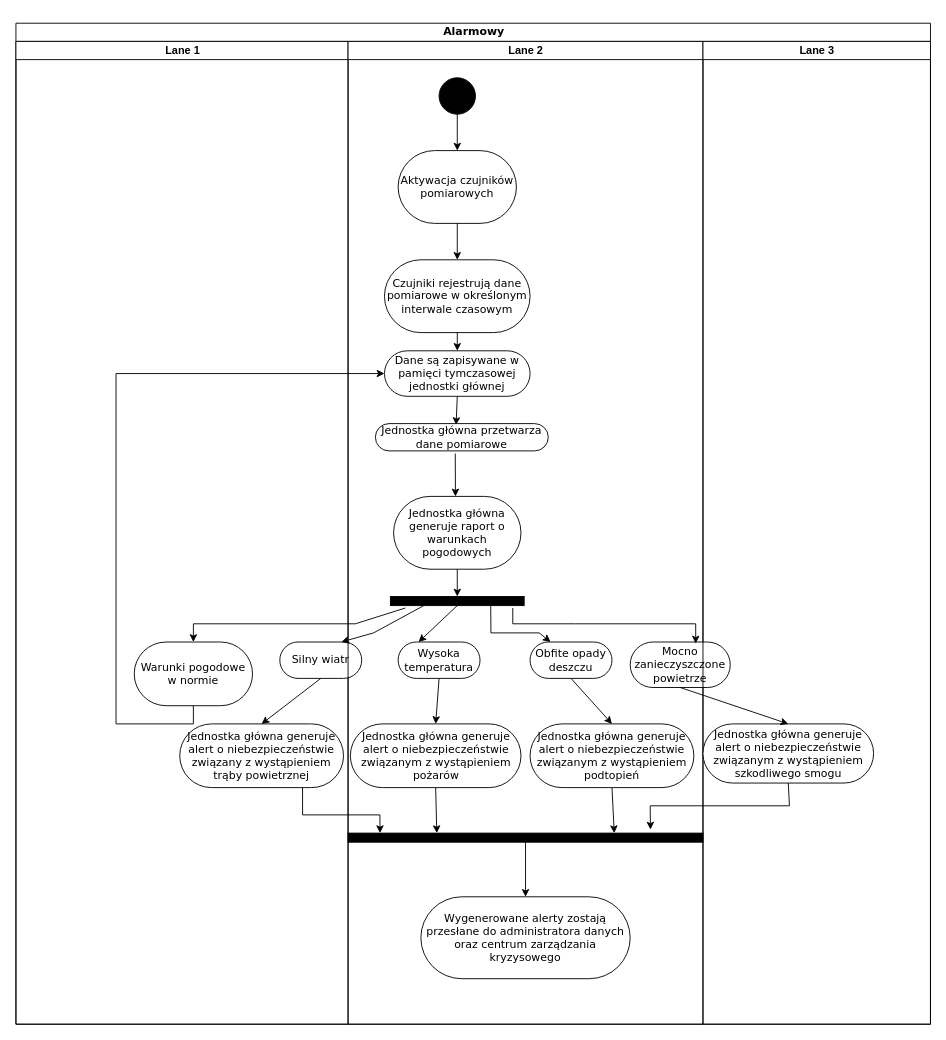
This is alarmowy.drawio from zawoj/Wbudowane, a draw.io file, before an edit. Source tidied: cells renumbered, new cells numbered last; positions are measured from the earlier drawing's top-left corner, leaving out a move shared by most shapes. Both pictures are drawn from the tidied source at 91%, with x=0, y=0 at pixel (15, 23).
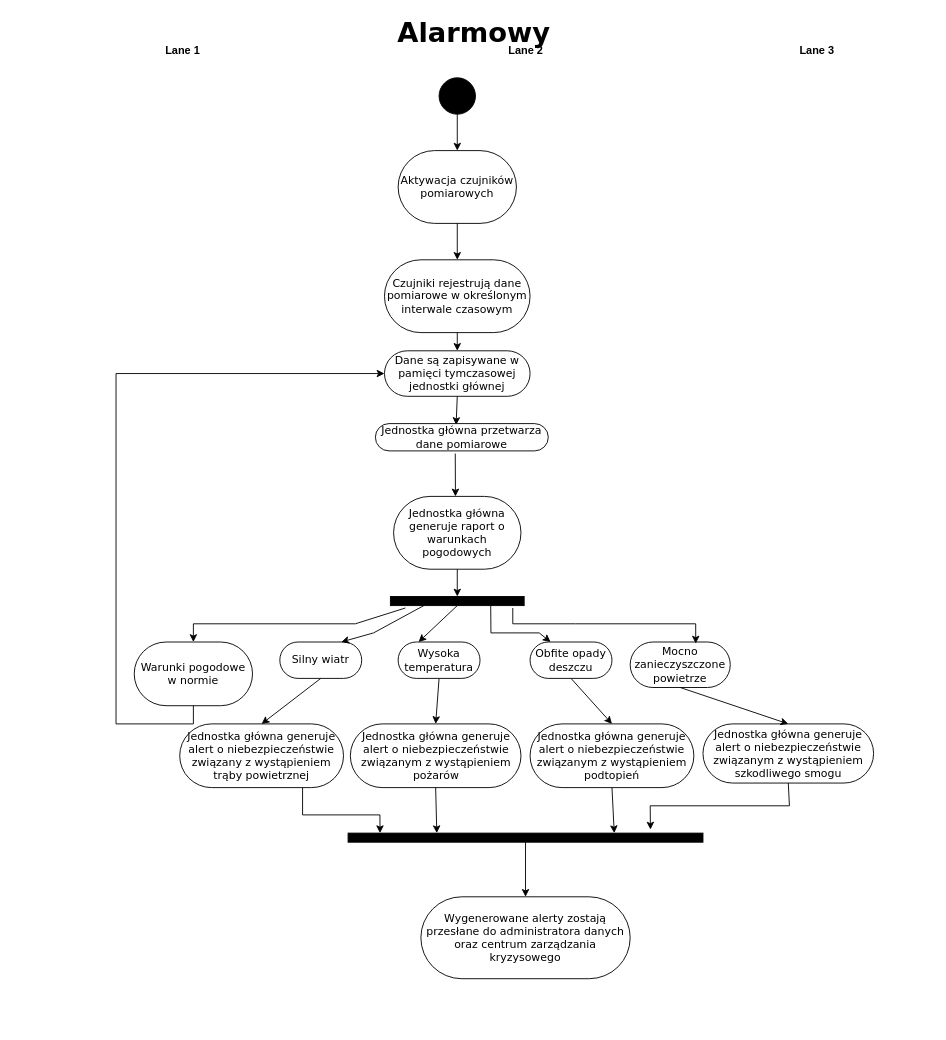
After the change.

Commit message:
better style alarmowy

The edit, as a diff of the source:
```diff
@@
-    <mxCell id="2" value="Alarmowy" style="swimlane;html=1;startSize=20;rounded=0;shadow=0;comic=0;labelBackgroundColor=none;strokeWidth=1;fontFamily=Verdana;fontSize=12;align=center;" parent="1" vertex="1">
+    <mxCell id="2" value="&lt;font style=&quot;font-size: 30px;&quot;&gt;Alarmowy&lt;/font&gt;" style="swimlane;html=1;startSize=20;rounded=0;shadow=0;comic=0;labelBackgroundColor=none;strokeWidth=1;fontFamily=Verdana;fontSize=12;align=center;fillColor=none;strokeColor=none;" parent="1" vertex="1">
       <mxGeometry width="1005" height="1100" as="geometry" />
     </mxCell>
-    <mxCell id="3" value="Lane 1" style="swimlane;html=1;startSize=20;" parent="2" vertex="1">
+    <mxCell id="3" value="Lane 1" style="swimlane;html=1;startSize=20;fillColor=none;strokeColor=none;" parent="2" vertex="1">
       <mxGeometry y="20" width="365" height="1080" as="geometry" />
     </mxCell>
@@
-    <mxCell id="8" value="Lane 2" style="swimlane;html=1;startSize=20;" parent="2" vertex="1">
+    <mxCell id="8" value="Lane 2" style="swimlane;html=1;startSize=20;fillColor=none;strokeColor=none;" parent="2" vertex="1">
       <mxGeometry x="365" y="20" width="390" height="1080" as="geometry" />
     </mxCell>
@@
-    <mxCell id="37" value="Lane 3" style="swimlane;html=1;startSize=20;" parent="2" vertex="1">
+    <mxCell id="37" value="Lane 3" style="swimlane;html=1;startSize=20;fillColor=none;strokeColor=none;" parent="2" vertex="1">
       <mxGeometry x="755" y="20" width="250" height="1080" as="geometry" />
     </mxCell>
```
